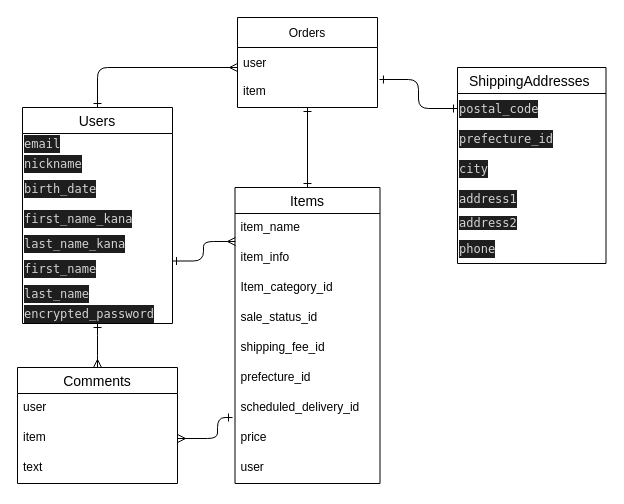
This is furima.dio from KAMEchan01/furima-37271, a draw.io file, before an edit. Source tidied: cells renumbered, new cells numbered last; positions are measured from the earlier drawing's top-left corner, leaving out a move shared by most shapes. Both pictures are drawn from the tidied source at 100%, with x=0, y=0 at pixel (17, 17).
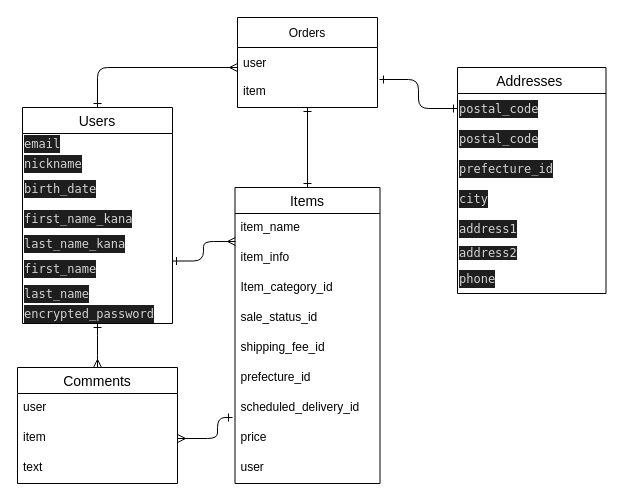
The same page after the edit.

Change to the diagram source:
```diff
@@
-    <mxCell id="13" value="ShippingAddresses " style="swimlane;fontStyle=0;horizontal=1;startSize=26;align=center;fontSize=14;" parent="1" vertex="1">
-      <mxGeometry x="440" y="50" width="148.5" height="196" as="geometry" />
+    <mxCell id="13" value="Addresses " style="swimlane;fontStyle=0;horizontal=1;startSize=26;align=center;fontSize=14;" parent="1" vertex="1">
+      <mxGeometry x="440" y="50" width="148.5" height="226" as="geometry" />
     </mxCell>
@@
+    <mxCell id="41" value="&lt;div style=&quot;color: rgb(212 , 212 , 212) ; background-color: rgb(30 , 30 , 30) ; font-family: &amp;quot;menlo&amp;quot; , &amp;quot;monaco&amp;quot; , &amp;quot;courier new&amp;quot; , monospace ; line-height: 18px&quot;&gt;postal_code&lt;/div&gt;" style="text;html=1;strokeColor=none;fillColor=none;align=left;verticalAlign=middle;whiteSpace=wrap;rounded=0;" parent="13" vertex="1">
+      <mxGeometry y="56" width="148.5" height="30" as="geometry" />
+    </mxCell>
     <mxCell id="15" value="&lt;div style=&quot;color: rgb(212 , 212 , 212) ; background-color: rgb(30 , 30 , 30) ; font-family: &amp;#34;menlo&amp;#34; , &amp;#34;monaco&amp;#34; , &amp;#34;courier new&amp;#34; , monospace ; line-height: 18px&quot;&gt;prefecture_id&lt;/div&gt;" style="text;html=1;strokeColor=none;fillColor=none;align=left;verticalAlign=middle;whiteSpace=wrap;rounded=0;" parent="13" vertex="1">
-      <mxGeometry y="56" width="148.5" height="30" as="geometry" />
+      <mxGeometry y="86" width="148.5" height="30" as="geometry" />
     </mxCell>
     <mxCell id="16" value="&lt;div style=&quot;color: rgb(212 , 212 , 212) ; background-color: rgb(30 , 30 , 30) ; font-family: &amp;quot;menlo&amp;quot; , &amp;quot;monaco&amp;quot; , &amp;quot;courier new&amp;quot; , monospace ; line-height: 18px&quot;&gt;city&lt;/div&gt;" style="text;html=1;strokeColor=none;fillColor=none;align=left;verticalAlign=middle;whiteSpace=wrap;rounded=0;" parent="13" vertex="1">
-      <mxGeometry y="86" width="148.5" height="30" as="geometry" />
+      <mxGeometry y="116" width="148.5" height="30" as="geometry" />
     </mxCell>
     <mxCell id="17" value="&lt;div style=&quot;color: rgb(212 , 212 , 212) ; background-color: rgb(30 , 30 , 30) ; font-family: &amp;quot;menlo&amp;quot; , &amp;quot;monaco&amp;quot; , &amp;quot;courier new&amp;quot; , monospace ; line-height: 18px&quot;&gt;address1&lt;/div&gt;" style="text;html=1;strokeColor=none;fillColor=none;align=left;verticalAlign=middle;whiteSpace=wrap;rounded=0;" parent="13" vertex="1">
-      <mxGeometry y="116" width="148.5" height="30" as="geometry" />
+      <mxGeometry y="146" width="148.5" height="30" as="geometry" />
     </mxCell>
     <mxCell id="18" value="&lt;span style=&quot;background-color: rgb(30 , 30 , 30) ; color: rgb(212 , 212 , 212) ; font-family: &amp;quot;menlo&amp;quot; , &amp;quot;monaco&amp;quot; , &amp;quot;courier new&amp;quot; , monospace&quot;&gt;address2&lt;/span&gt;" style="text;html=1;align=left;verticalAlign=middle;strokeColor=none;fillColor=none;" parent="13" vertex="1">
-      <mxGeometry y="146" width="148.5" height="20" as="geometry" />
+      <mxGeometry y="176" width="148.5" height="20" as="geometry" />
     </mxCell>
     <mxCell id="19" value="&lt;div style=&quot;color: rgb(212 , 212 , 212) ; background-color: rgb(30 , 30 , 30) ; font-family: &amp;quot;menlo&amp;quot; , &amp;quot;monaco&amp;quot; , &amp;quot;courier new&amp;quot; , monospace ; line-height: 18px&quot;&gt;phone &lt;/div&gt;" style="text;html=1;strokeColor=none;fillColor=none;align=left;verticalAlign=middle;whiteSpace=wrap;rounded=0;" parent="13" vertex="1">
-      <mxGeometry y="166" width="148.5" height="30" as="geometry" />
+      <mxGeometry y="196" width="148.5" height="30" as="geometry" />
     </mxCell>
```
